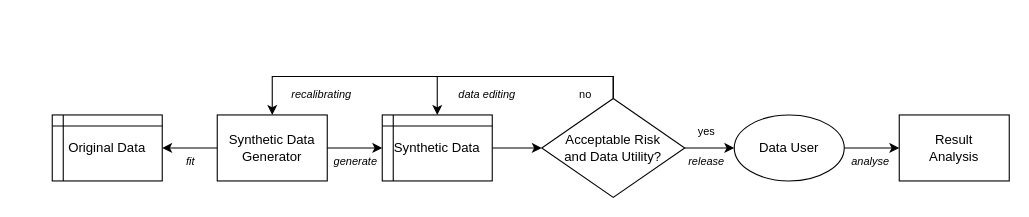
qwertzlbry/RAPID keeps this draw.io diagram as page "flowchart_datauser" (1 of 3) of dev/flowcharts_RAPID_paper.drawio. Above is the earlier version. Source tidied: cells renumbered, new cells numbered last; positions are measured from the earlier drawing's top-left corner, leaving out a move shared by most shapes. Both pictures are drawn from the tidied source at 110%, with x=0, y=0 at pixel (52, 77).
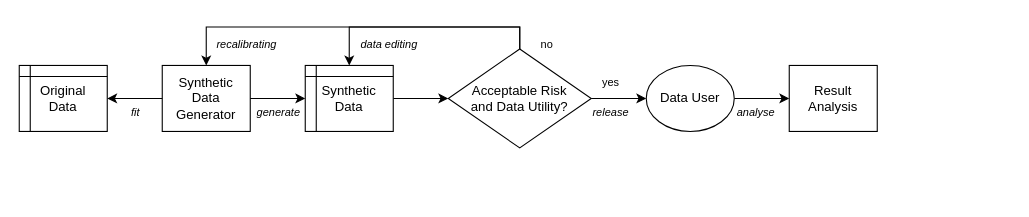
Above is the later version.

Commit message (it also covers changes not shown here):
update flowcharts_RAPID_paper_drawio

Change to the diagram source:
```diff
@@
     <mxCell id="2" value="Synthetic Data Generator" style="rounded=0;whiteSpace=wrap;html=1;" parent="1" vertex="1">
-      <mxGeometry x="150" y="34" width="100" height="60" as="geometry" />
+      <mxGeometry x="100" y="-11" width="80" height="60" as="geometry" />
     </mxCell>
-    <mxCell id="3" style="endArrow=classic;html=1;rounded=0;exitX=1;exitY=0.5;exitDx=0;exitDy=0;" parent="1" edge="1" source="2">
-      <mxGeometry relative="1" as="geometry">
-        <mxPoint x="300" y="64" as="targetPoint" />
-      </mxGeometry>
+    <mxCell id="3" style="endArrow=classic;html=1;rounded=0;exitX=1;exitY=0.5;exitDx=0;exitDy=0;entryX=0;entryY=0.5;entryDx=0;entryDy=0;" parent="1" edge="1" source="2" target="9">
+      <mxGeometry relative="1" as="geometry" />
     </mxCell>
@@
     <mxCell id="7" value="Acceptable Risk &lt;br&gt;and Data Utility?" style="rhombus;whiteSpace=wrap;html=1;" parent="1" vertex="1">
-      <mxGeometry x="445" y="19" width="130" height="90" as="geometry" />
+      <mxGeometry x="360" y="-26" width="130" height="90" as="geometry" />
     </mxCell>
-    <mxCell id="8" value="Original Data" style="shape=internalStorage;whiteSpace=wrap;html=1;backgroundOutline=1;dx=10;dy=10;" parent="1" vertex="1">
-      <mxGeometry y="34" width="100" height="60" as="geometry" />
+    <mxCell id="8" value="Original &lt;br&gt;Data" style="shape=internalStorage;whiteSpace=wrap;html=1;backgroundOutline=1;dx=10;dy=10;" parent="1" vertex="1">
+      <mxGeometry x="-30" y="-11" width="80" height="60" as="geometry" />
     </mxCell>
     <mxCell id="9" value="Synthetic Data" style="shape=internalStorage;whiteSpace=wrap;html=1;backgroundOutline=1;dx=10;dy=10;" parent="1" vertex="1">
-      <mxGeometry x="300" y="34" width="100" height="60" as="geometry" />
+      <mxGeometry x="230" y="-11" width="80" height="60" as="geometry" />
     </mxCell>
     <mxCell id="10" value="&lt;font style=&quot;font-size: 10px;&quot;&gt;&lt;i&gt;generate&lt;/i&gt;&lt;/font&gt;" style="text;html=1;align=center;verticalAlign=middle;whiteSpace=wrap;rounded=0;" parent="1" vertex="1">
-      <mxGeometry x="246" y="61" width="60" height="30" as="geometry" />
+      <mxGeometry x="176" y="16" width="60" height="30" as="geometry" />
     </mxCell>
     <mxCell id="11" value="&lt;font style=&quot;font-size: 10px;&quot;&gt;&lt;i&gt;fit&lt;/i&gt;&lt;/font&gt;" style="text;html=1;align=center;verticalAlign=middle;whiteSpace=wrap;rounded=0;" parent="1" vertex="1">
-      <mxGeometry x="96" y="61" width="60" height="30" as="geometry" />
+      <mxGeometry x="56" y="16" width="40" height="30" as="geometry" />
     </mxCell>
     <mxCell id="12" value="&lt;font style=&quot;font-size: 10px;&quot;&gt;no&lt;/font&gt;" style="text;html=1;align=center;verticalAlign=middle;whiteSpace=wrap;rounded=0;" parent="1" vertex="1">
-      <mxGeometry x="465" width="40" height="30" as="geometry" />
+      <mxGeometry x="430" y="-45" width="40" height="30" as="geometry" />
     </mxCell>
     <mxCell id="13" value="&lt;font style=&quot;font-size: 10px;&quot;&gt;yes&lt;/font&gt;" style="text;html=1;align=center;verticalAlign=middle;whiteSpace=wrap;rounded=0;" parent="1" vertex="1">
-      <mxGeometry x="575" y="34" width="40" height="30" as="geometry" />
+      <mxGeometry x="488" y="-11" width="40" height="30" as="geometry" />
     </mxCell>
     <mxCell id="14" value="Result&lt;br&gt;Analysis" style="rounded=0;whiteSpace=wrap;html=1;" parent="1" vertex="1">
-      <mxGeometry x="770" y="34" width="100" height="60" as="geometry" />
+      <mxGeometry x="670" y="-11" width="80" height="60" as="geometry" />
     </mxCell>
@@
     <mxCell id="17" value="Data User" style="ellipse;whiteSpace=wrap;html=1;" parent="1" vertex="1">
-      <mxGeometry x="620" y="34" width="100" height="60" as="geometry" />
+      <mxGeometry x="540" y="-11" width="80" height="60" as="geometry" />
     </mxCell>
@@
     <mxCell id="19" value="&lt;font style=&quot;font-size: 10px;&quot;&gt;&lt;i&gt;recalibrating&lt;/i&gt;&lt;/font&gt;" style="text;html=1;align=center;verticalAlign=middle;whiteSpace=wrap;rounded=0;" parent="1" vertex="1">
-      <mxGeometry x="225" width="40" height="30" as="geometry" />
+      <mxGeometry x="157" y="-45" width="40" height="30" as="geometry" />
     </mxCell>
     <mxCell id="20" value="&lt;font style=&quot;font-size: 10px;&quot;&gt;&lt;i&gt;release&lt;/i&gt;&lt;/font&gt;" style="text;html=1;align=center;verticalAlign=middle;whiteSpace=wrap;rounded=0;" parent="1" vertex="1">
-      <mxGeometry x="575" y="61" width="40" height="30" as="geometry" />
+      <mxGeometry x="488" y="16" width="40" height="30" as="geometry" />
     </mxCell>
     <mxCell id="21" value="&lt;font style=&quot;font-size: 10px;&quot;&gt;&lt;i&gt;data editing&lt;/i&gt;&lt;/font&gt;" style="text;html=1;align=center;verticalAlign=middle;whiteSpace=wrap;rounded=0;" parent="1" vertex="1">
-      <mxGeometry x="367" width="57" height="30" as="geometry" />
+      <mxGeometry x="278" y="-45" width="57" height="30" as="geometry" />
     </mxCell>
     <mxCell id="22" value="&lt;font style=&quot;font-size: 10px;&quot;&gt;&lt;i&gt;analyse&lt;/i&gt;&lt;/font&gt;" style="text;html=1;align=center;verticalAlign=middle;whiteSpace=wrap;rounded=0;" parent="1" vertex="1">
-      <mxGeometry x="724" y="61" width="40" height="30" as="geometry" />
+      <mxGeometry x="620" y="16" width="40" height="30" as="geometry" />
     </mxCell>
```
